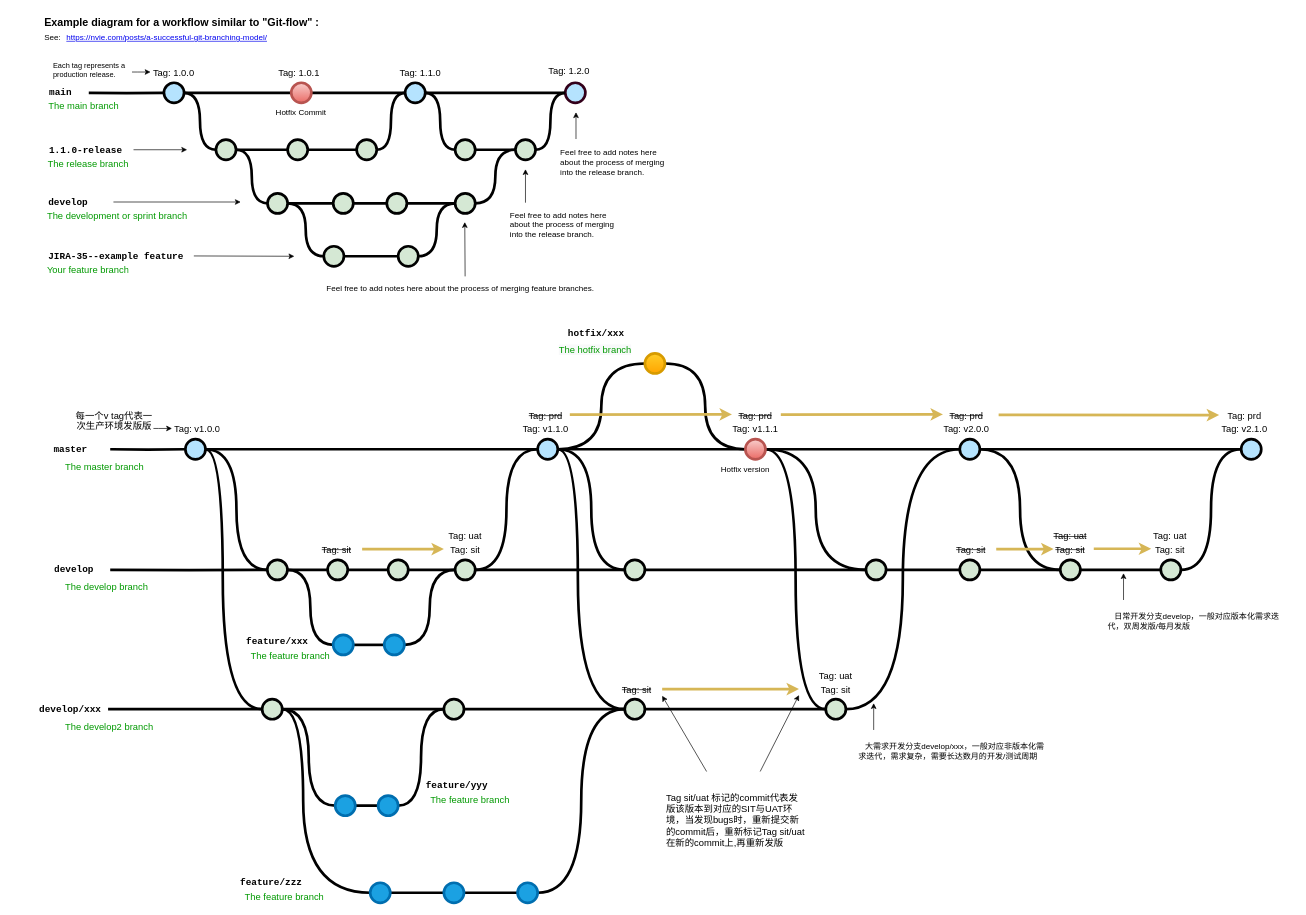
bbcpan/SpringCloud keeps this draw.io diagram as Untitled Diagram.drawio. Above is the earlier version. Source tidied: cells renumbered, new cells numbered last; positions are measured from the earlier drawing's top-left corner, leaving out a move shared by most shapes. Both pictures are drawn from the tidied source at 67%, with x=0, y=0 at pixel (11, 11).
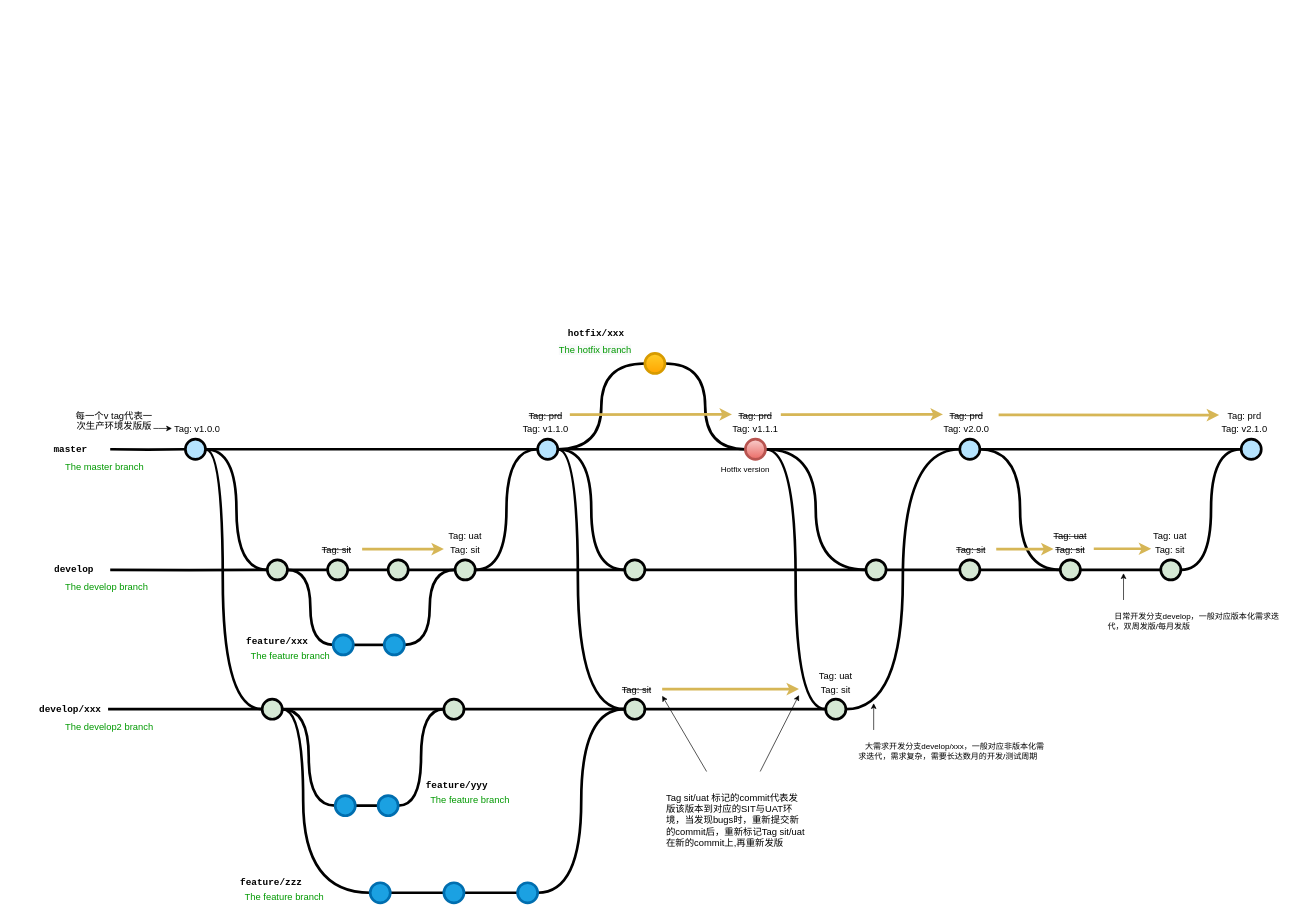
After the change.

Diff of the diagram source:
```diff
@@
-    <mxCell id="2" value="Hotfix Commit" style="text;html=1;strokeColor=none;fillColor=none;align=center;verticalAlign=middle;whiteSpace=wrap;overflow=hidden;" parent="1" vertex="1">
-      <mxGeometry x="392.2" y="136" width="80" height="30" as="geometry" />
-    </mxCell>
-    <mxCell id="3" style="edgeStyle=orthogonalEdgeStyle;rounded=0;html=1;jettySize=auto;plain-blue;endArrow=none;endFill=0;strokeWidth=4;strokeColor=#000000;entryX=0;entryY=0.5;entryDx=0;entryDy=0;entryPerimeter=0;" parent="1" edge="1" source="5" target="61">
-      <mxGeometry x="292.2" y="211" as="geometry" />
-    </mxCell>
-    <mxCell id="4" style="edgeStyle=orthogonalEdgeStyle;curved=1;rounded=0;html=1;exitX=1;exitY=0.5;exitPerimeter=0;entryX=0;entryY=0.5;entryPerimeter=0;endArrow=none;endFill=0;jettySize=auto;strokeWidth=4;fontSize=15;" parent="1" edge="1" source="5" target="13">
-      <mxGeometry relative="1" as="geometry" />
-    </mxCell>
-    <mxCell id="5" style="verticalLabelPosition=bottom;verticalAlign=top;html=1;strokeWidth=4;shape=mxgraph.flowchart.on-page_reference;plain-blue;gradientColor=none;fillColor=#B5E3Fe;strokeColor=#000000;" parent="1" vertex="1">
-      <mxGeometry x="227.2" y="106" width="30" height="30" as="geometry" />
-    </mxCell>
-    <mxCell id="6" style="edgeStyle=orthogonalEdgeStyle;curved=1;rounded=0;jettySize=auto;html=1;endArrow=none;endFill=0;strokeWidth=4;entryX=0;entryY=0.5;entryDx=0;entryDy=0;entryPerimeter=0;" parent="1" edge="1" source="8" target="9">
-      <mxGeometry relative="1" as="geometry" />
-    </mxCell>
-    <mxCell id="7" style="edgeStyle=orthogonalEdgeStyle;curved=1;rounded=0;jettySize=auto;html=1;exitX=1;exitY=0.5;exitDx=0;exitDy=0;exitPerimeter=0;entryX=0;entryY=0.5;entryDx=0;entryDy=0;entryPerimeter=0;endArrow=none;endFill=0;strokeWidth=4;fontFamily=Courier New;fontColor=#009900;" parent="1" edge="1" source="8" target="45">
-      <mxGeometry relative="1" as="geometry" />
-    </mxCell>
-    <mxCell id="8" style="verticalLabelPosition=bottom;verticalAlign=top;html=1;strokeWidth=4;shape=mxgraph.flowchart.on-page_reference;plain-blue;gradientColor=none;strokeColor=#000000;fillColor=#B5E3FE;" parent="1" vertex="1">
-      <mxGeometry x="587.2" y="106" width="30" height="30" as="geometry" />
-    </mxCell>
-    <mxCell id="9" style="verticalLabelPosition=bottom;verticalAlign=top;html=1;strokeWidth=4;shape=mxgraph.flowchart.on-page_reference;plain-blue;gradientColor=none;strokeColor=#33001A;fillColor=#B5E3FE;" parent="1" vertex="1">
-      <mxGeometry x="826.2" y="106" width="30" height="30" as="geometry" />
-    </mxCell>
-    <mxCell id="10" style="edgeStyle=orthogonalEdgeStyle;rounded=0;html=1;jettySize=auto;strokeWidth=4;endArrow=none;endFill=0;" parent="1" edge="1" target="5">
-      <mxGeometry x="192.2" y="211" as="geometry">
-        <mxPoint x="115" y="121" as="sourcePoint" />
-      </mxGeometry>
-    </mxCell>
-    <mxCell id="11" value="main" style="text;html=1;strokeColor=none;fillColor=none;align=center;verticalAlign=middle;whiteSpace=wrap;overflow=hidden;fontSize=14;fontStyle=1;fontFamily=Courier New;" parent="1" vertex="1">
-      <mxGeometry x="48" y="100" width="50" height="42" as="geometry" />
-    </mxCell>
-    <mxCell id="12" style="edgeStyle=orthogonalEdgeStyle;curved=1;rounded=0;html=1;exitX=1;exitY=0.5;exitPerimeter=0;endArrow=none;endFill=0;jettySize=auto;strokeWidth=4;fontSize=15;" parent="1" edge="1" source="13" target="15">
-      <mxGeometry relative="1" as="geometry" />
-    </mxCell>
-    <mxCell id="13" style="verticalLabelPosition=bottom;verticalAlign=top;html=1;strokeWidth=4;shape=mxgraph.flowchart.on-page_reference;plain-purple;gradientColor=none;strokeColor=#000000;fillColor=#D5E8D4;" parent="1" vertex="1">
-      <mxGeometry x="304.8" y="191" width="30" height="30" as="geometry" />
-    </mxCell>
-    <mxCell id="14" style="edgeStyle=orthogonalEdgeStyle;curved=1;rounded=0;html=1;exitX=1;exitY=0.5;exitPerimeter=0;entryX=0;entryY=0.5;entryPerimeter=0;endArrow=none;endFill=0;jettySize=auto;strokeWidth=4;fontSize=15;" parent="1" edge="1" source="15" target="17">
-      <mxGeometry relative="1" as="geometry" />
-    </mxCell>
-    <mxCell id="15" style="verticalLabelPosition=bottom;verticalAlign=top;html=1;strokeWidth=4;shape=mxgraph.flowchart.on-page_reference;plain-purple;gradientColor=none;strokeColor=#000000;fillColor=#D5E8D4;" parent="1" vertex="1">
-      <mxGeometry x="411.8" y="191" width="30" height="30" as="geometry" />
-    </mxCell>
-    <mxCell id="16" style="edgeStyle=orthogonalEdgeStyle;curved=1;rounded=0;html=1;exitX=1;exitY=0.5;exitPerimeter=0;entryX=0;entryY=0.5;entryPerimeter=0;endArrow=none;endFill=0;jettySize=auto;strokeWidth=4;fontSize=15;" parent="1" edge="1" source="17" target="8">
-      <mxGeometry relative="1" as="geometry" />
-    </mxCell>
-    <mxCell id="17" style="verticalLabelPosition=bottom;verticalAlign=top;html=1;strokeWidth=4;shape=mxgraph.flowchart.on-page_reference;plain-purple;gradientColor=none;strokeColor=#000000;fillColor=#D5E8D4;" parent="1" vertex="1">
-      <mxGeometry x="514.8" y="191" width="30" height="30" as="geometry" />
-    </mxCell>
-    <mxCell id="18" value="1.1.0-release" style="text;html=1;strokeColor=none;fillColor=none;align=left;verticalAlign=middle;whiteSpace=wrap;overflow=hidden;fontSize=14;fontStyle=1;fontFamily=Courier New;" parent="1" vertex="1">
-      <mxGeometry x="53.8" y="196" width="240" height="20" as="geometry" />
-    </mxCell>
-    <mxCell id="19" style="edgeStyle=orthogonalEdgeStyle;rounded=0;jettySize=auto;html=1;endArrow=none;endFill=0;strokeWidth=4;" parent="1" edge="1" source="22" target="24">
-      <mxGeometry relative="1" as="geometry" />
-    </mxCell>
-    <mxCell id="20" style="edgeStyle=orthogonalEdgeStyle;rounded=0;jettySize=auto;html=1;entryX=1;entryY=0.5;entryDx=0;entryDy=0;entryPerimeter=0;endArrow=none;endFill=0;strokeWidth=4;curved=1;" parent="1" edge="1" source="22" target="13">
-      <mxGeometry relative="1" as="geometry" />
-    </mxCell>
-    <mxCell id="21" style="edgeStyle=orthogonalEdgeStyle;curved=1;rounded=0;jettySize=auto;html=1;exitX=1;exitY=0.5;exitDx=0;exitDy=0;exitPerimeter=0;entryX=0;entryY=0.5;entryDx=0;entryDy=0;entryPerimeter=0;endArrow=none;endFill=0;strokeWidth=4;fontFamily=Courier New;fontColor=#009900;" parent="1" edge="1" source="22" target="31">
-      <mxGeometry relative="1" as="geometry" />
-    </mxCell>
-    <mxCell id="22" style="verticalLabelPosition=bottom;verticalAlign=top;html=1;strokeWidth=4;shape=mxgraph.flowchart.on-page_reference;plain-purple;gradientColor=none;strokeColor=#000000;fillColor=#D5E8D4;" parent="1" vertex="1">
-      <mxGeometry x="381.8" y="271" width="30" height="30" as="geometry" />
-    </mxCell>
-    <mxCell id="23" style="edgeStyle=orthogonalEdgeStyle;curved=1;rounded=0;jettySize=auto;html=1;endArrow=none;endFill=0;strokeWidth=4;" parent="1" edge="1" source="24" target="26">
-      <mxGeometry relative="1" as="geometry" />
-    </mxCell>
-    <mxCell id="24" style="verticalLabelPosition=bottom;verticalAlign=top;html=1;strokeWidth=4;shape=mxgraph.flowchart.on-page_reference;plain-purple;gradientColor=none;strokeColor=#000000;fillColor=#D5E8D4;" parent="1" vertex="1">
-      <mxGeometry x="479.8" y="271" width="30" height="30" as="geometry" />
-    </mxCell>
-    <mxCell id="25" style="edgeStyle=orthogonalEdgeStyle;curved=1;rounded=0;jettySize=auto;html=1;endArrow=none;endFill=0;strokeWidth=4;fontFamily=Courier New;fontColor=#009900;" parent="1" edge="1" source="26" target="28">
-      <mxGeometry relative="1" as="geometry" />
-    </mxCell>
-    <mxCell id="26" style="verticalLabelPosition=bottom;verticalAlign=top;html=1;strokeWidth=4;shape=mxgraph.flowchart.on-page_reference;plain-purple;gradientColor=none;strokeColor=#000000;fillColor=#D5E8D4;" parent="1" vertex="1">
-      <mxGeometry x="559.8" y="271" width="30" height="30" as="geometry" />
-    </mxCell>
-    <mxCell id="27" style="edgeStyle=orthogonalEdgeStyle;curved=1;rounded=0;jettySize=auto;html=1;entryX=0;entryY=0.5;entryDx=0;entryDy=0;entryPerimeter=0;endArrow=none;endFill=0;strokeWidth=4;fontFamily=Courier New;fontColor=#009900;" parent="1" edge="1" source="28" target="47">
-      <mxGeometry relative="1" as="geometry" />
-    </mxCell>
-    <mxCell id="28" style="verticalLabelPosition=bottom;verticalAlign=top;html=1;strokeWidth=4;shape=mxgraph.flowchart.on-page_reference;plain-purple;gradientColor=none;strokeColor=#000000;fillColor=#D5E8D4;" parent="1" vertex="1">
-      <mxGeometry x="661.8" y="271" width="30" height="30" as="geometry" />
-    </mxCell>
-    <mxCell id="29" value="develop" style="text;html=1;strokeColor=none;fillColor=none;align=left;verticalAlign=middle;whiteSpace=wrap;overflow=hidden;fontSize=14;fontStyle=1;fontFamily=Courier New;" parent="1" vertex="1">
-      <mxGeometry x="52.8" y="274" width="91" height="20" as="geometry" />
-    </mxCell>
-    <mxCell id="30" style="edgeStyle=orthogonalEdgeStyle;rounded=0;jettySize=auto;html=1;endArrow=none;endFill=0;strokeWidth=4;" parent="1" edge="1" source="31" target="33">
-      <mxGeometry relative="1" as="geometry" />
-    </mxCell>
-    <mxCell id="31" style="verticalLabelPosition=bottom;verticalAlign=top;html=1;strokeWidth=4;shape=mxgraph.flowchart.on-page_reference;plain-purple;gradientColor=none;strokeColor=#000000;fillColor=#D5E8D4;" parent="1" vertex="1">
-      <mxGeometry x="465.8" y="350" width="30" height="30" as="geometry" />
-    </mxCell>
-    <mxCell id="32" style="edgeStyle=orthogonalEdgeStyle;curved=1;rounded=0;jettySize=auto;html=1;exitX=1;exitY=0.5;exitDx=0;exitDy=0;exitPerimeter=0;entryX=0;entryY=0.5;entryDx=0;entryDy=0;entryPerimeter=0;endArrow=none;endFill=0;strokeWidth=4;fontFamily=Courier New;fontColor=#009900;" parent="1" edge="1" source="33" target="28">
-      <mxGeometry relative="1" as="geometry" />
-    </mxCell>
-    <mxCell id="33" style="verticalLabelPosition=bottom;verticalAlign=top;html=1;strokeWidth=4;shape=mxgraph.flowchart.on-page_reference;plain-purple;gradientColor=none;strokeColor=#000000;fillColor=#D5E8D4;" parent="1" vertex="1">
-      <mxGeometry x="576.8" y="350" width="30" height="30" as="geometry" />
-    </mxCell>
-    <mxCell id="34" value="JIRA-35--example feature" style="text;html=1;strokeColor=none;fillColor=none;align=left;verticalAlign=middle;whiteSpace=wrap;overflow=hidden;fontSize=14;fontStyle=1;fontFamily=Courier New;" parent="1" vertex="1">
-      <mxGeometry x="52.5" y="355" width="240" height="20" as="geometry" />
-    </mxCell>
-    <mxCell id="35" value="The development or sprint branch" style="text;html=1;strokeColor=none;fillColor=none;align=left;verticalAlign=middle;whiteSpace=wrap;overflow=hidden;fontSize=14;fontStyle=0;fontColor=#009900;" parent="1" vertex="1">
-      <mxGeometry x="50.8" y="294" width="240" height="20" as="geometry" />
-    </mxCell>
-    <mxCell id="36" value="Your feature branch" style="text;html=1;strokeColor=none;fillColor=none;align=left;verticalAlign=middle;whiteSpace=wrap;overflow=hidden;fontSize=14;fontStyle=0;fontColor=#009900;" parent="1" vertex="1">
-      <mxGeometry x="50.8" y="375" width="240" height="20" as="geometry" />
-    </mxCell>
-    <mxCell id="37" value="The release branch" style="text;html=1;strokeColor=none;fillColor=none;align=left;verticalAlign=middle;whiteSpace=wrap;overflow=hidden;fontSize=14;fontStyle=0;fontColor=#009900;" parent="1" vertex="1">
-      <mxGeometry x="51.8" y="216" width="240" height="20" as="geometry" />
-    </mxCell>
-    <mxCell id="38" value="The main branch&lt;br&gt;" style="text;html=1;strokeColor=none;fillColor=none;align=left;verticalAlign=middle;whiteSpace=wrap;overflow=hidden;fontSize=14;fontStyle=0;fontColor=#009900;" parent="1" vertex="1">
-      <mxGeometry x="53.2" y="130" width="146.8" height="20" as="geometry" />
-    </mxCell>
-    <mxCell id="39" style="endArrow=classic;html=1;strokeWidth=1;fontFamily=Courier New;fontColor=#009900;" parent="1" edge="1">
-      <mxGeometry relative="1" as="geometry">
-        <mxPoint x="271.8" y="364.5" as="sourcePoint" />
-        <mxPoint x="421.8" y="365" as="targetPoint" />
-      </mxGeometry>
-    </mxCell>
-    <mxCell id="40" style="endArrow=classic;html=1;strokeWidth=1;fontFamily=Courier New;fontColor=#009900;" parent="1" edge="1">
-      <mxGeometry relative="1" as="geometry">
-        <mxPoint x="151.8" y="284" as="sourcePoint" />
-        <mxPoint x="341.8" y="284" as="targetPoint" />
-      </mxGeometry>
-    </mxCell>
-    <mxCell id="41" style="endArrow=classic;html=1;strokeWidth=1;fontFamily=Courier New;fontColor=#009900;" parent="1" edge="1">
-      <mxGeometry relative="1" as="geometry">
-        <mxPoint x="181.8" y="206" as="sourcePoint" />
-        <mxPoint x="261.8" y="206" as="targetPoint" />
-      </mxGeometry>
-    </mxCell>
-    <mxCell id="42" value="Tag: 1.1.0" style="text;html=1;strokeColor=none;fillColor=none;align=center;verticalAlign=middle;whiteSpace=wrap;overflow=hidden;fontSize=14;" parent="1" vertex="1">
-      <mxGeometry x="555.2" y="80" width="110" height="20" as="geometry" />
-    </mxCell>
-    <mxCell id="43" value="Tag: 1.0.0" style="text;html=1;strokeColor=none;fillColor=none;align=center;verticalAlign=middle;whiteSpace=wrap;overflow=hidden;fontSize=14;" parent="1" vertex="1">
-      <mxGeometry x="207.2" y="80" width="70" height="20" as="geometry" />
-    </mxCell>
-    <mxCell id="44" style="edgeStyle=orthogonalEdgeStyle;curved=1;rounded=0;jettySize=auto;html=1;endArrow=none;endFill=0;strokeWidth=4;fontFamily=Courier New;fontColor=#009900;" parent="1" edge="1" source="45" target="47">
-      <mxGeometry relative="1" as="geometry" />
-    </mxCell>
-    <mxCell id="45" style="verticalLabelPosition=bottom;verticalAlign=top;html=1;strokeWidth=4;shape=mxgraph.flowchart.on-page_reference;plain-purple;gradientColor=none;strokeColor=#000000;fillColor=#D5E8D4;" parent="1" vertex="1">
-      <mxGeometry x="661.8" y="191" width="30" height="30" as="geometry" />
-    </mxCell>
-    <mxCell id="46" style="edgeStyle=orthogonalEdgeStyle;curved=1;rounded=0;jettySize=auto;html=1;entryX=0;entryY=0.5;entryDx=0;entryDy=0;entryPerimeter=0;endArrow=none;endFill=0;strokeWidth=4;fontFamily=Courier New;fontColor=#009900;" parent="1" edge="1" source="47" target="9">
-      <mxGeometry relative="1" as="geometry" />
-    </mxCell>
-    <mxCell id="47" style="verticalLabelPosition=bottom;verticalAlign=top;html=1;strokeWidth=4;shape=mxgraph.flowchart.on-page_reference;plain-purple;gradientColor=none;strokeColor=#000000;fillColor=#D5E8D4;" parent="1" vertex="1">
-      <mxGeometry x="751.8" y="191" width="30" height="30" as="geometry" />
-    </mxCell>
-    <mxCell id="48" value="Tag: 1.2.0" style="text;html=1;strokeColor=none;fillColor=none;align=center;verticalAlign=middle;whiteSpace=wrap;overflow=hidden;fontSize=14;" parent="1" vertex="1">
-      <mxGeometry x="777.2" y="78" width="110" height="20" as="geometry" />
-    </mxCell>
-    <mxCell id="49" style="endArrow=classic;html=1;strokeWidth=1;fontFamily=Courier New;fontColor=#009900;exitX=0.5;exitY=0;exitDx=0;exitDy=0;" parent="1" edge="1" source="52">
-      <mxGeometry relative="1" as="geometry">
-        <mxPoint x="676.2" y="314" as="targetPoint" />
-      </mxGeometry>
-    </mxCell>
-    <mxCell id="50" style="endArrow=classic;html=1;strokeWidth=1;fontFamily=Courier New;fontColor=#009900;" parent="1" edge="1">
-      <mxGeometry relative="1" as="geometry">
-        <mxPoint x="766.8" y="285" as="sourcePoint" />
-        <mxPoint x="766.8" y="235" as="targetPoint" />
-      </mxGeometry>
-    </mxCell>
-    <mxCell id="51" value="&lt;span style=&quot;text-align: center&quot;&gt;Feel free to add notes here about the process of merging into the release branch.&lt;br&gt;&lt;/span&gt;" style="text;html=1;strokeColor=none;fillColor=none;align=left;verticalAlign=middle;whiteSpace=wrap;overflow=hidden;fontSize=12;fontStyle=0;fontColor=#000000;" parent="1" vertex="1">
-      <mxGeometry x="741.8" y="285" width="163.2" height="66" as="geometry" />
-    </mxCell>
-    <mxCell id="52" value="&lt;div style=&quot;&quot;&gt;&lt;span&gt;Feel free to add notes here about the process of merging feature branches.&lt;/span&gt;&lt;/div&gt;" style="text;html=1;strokeColor=none;fillColor=none;align=left;verticalAlign=middle;whiteSpace=wrap;overflow=hidden;fontSize=12;fontStyle=0;fontColor=#000000;" parent="1" vertex="1">
-      <mxGeometry x="467.6" y="395" width="418.2" height="36" as="geometry" />
-    </mxCell>
-    <mxCell id="53" style="edgeStyle=orthogonalEdgeStyle;rounded=0;jettySize=auto;html=1;fontSize=12;fontColor=#000000;entryX=0;entryY=0.5;entryDx=0;entryDy=0;" parent="1" edge="1" source="54" target="43">
-      <mxGeometry relative="1" as="geometry">
-        <Array as="points">
-          <mxPoint x="187.2" y="90" />
-          <mxPoint x="187.2" y="90" />
-        </Array>
-      </mxGeometry>
-    </mxCell>
-    <mxCell id="54" value="&lt;span style=&quot;text-align: center; font-size: 11px;&quot;&gt;Each tag represents a production release.&lt;/span&gt;" style="text;html=1;strokeColor=none;fillColor=none;align=left;verticalAlign=middle;whiteSpace=wrap;overflow=hidden;fontSize=11;fontStyle=0;fontColor=#000000;" parent="1" vertex="1">
-      <mxGeometry x="59.5" y="68" width="120" height="38" as="geometry" />
-    </mxCell>
-    <mxCell id="55" value="Example diagram for a workflow similar to &quot;Git-flow&quot; :" style="text;whiteSpace=wrap;html=1;fontStyle=1;fontSize=16;" parent="1" vertex="1">
-      <mxGeometry x="47.2" width="427.8" height="20" as="geometry" />
-    </mxCell>
-    <mxCell id="56" value="&lt;a href=&quot;https://nvie.com/posts/a-successful-git-branching-model/&quot;&gt;https://nvie.com/posts/a-successful-git-branching-model/&lt;/a&gt;" style="text;whiteSpace=wrap;html=1;" parent="1" vertex="1">
-      <mxGeometry x="80" y="25" width="355" height="20" as="geometry" />
-    </mxCell>
-    <mxCell id="57" value="See:" style="text;whiteSpace=wrap;html=1;" parent="1" vertex="1">
-      <mxGeometry x="47.2" y="25" width="32.8" height="20" as="geometry" />
-    </mxCell>
-    <mxCell id="58" style="endArrow=classic;html=1;strokeWidth=1;fontFamily=Courier New;fontColor=#009900;" parent="1" edge="1">
-      <mxGeometry relative="1" as="geometry">
-        <mxPoint x="842.2" y="190" as="sourcePoint" />
-        <mxPoint x="842.2" y="150" as="targetPoint" />
-      </mxGeometry>
-    </mxCell>
-    <mxCell id="59" value="&lt;span style=&quot;text-align: center&quot;&gt;Feel free to add notes here about the process of merging into the release branch.&lt;br&gt;&lt;br&gt;&lt;/span&gt;" style="text;html=1;strokeColor=none;fillColor=none;align=left;verticalAlign=middle;whiteSpace=wrap;overflow=hidden;fontSize=12;fontStyle=0;fontColor=#000000;" parent="1" vertex="1">
-      <mxGeometry x="817.2" y="191" width="167.8" height="81" as="geometry" />
-    </mxCell>
-    <mxCell id="60" style="edgeStyle=orthogonalEdgeStyle;rounded=0;jettySize=auto;html=1;fontSize=15;endArrow=none;endFill=0;strokeWidth=4;entryX=0;entryY=0.5;entryDx=0;entryDy=0;entryPerimeter=0;" parent="1" edge="1" source="61" target="8">
-      <mxGeometry relative="1" as="geometry" />
-    </mxCell>
-    <mxCell id="61" style="verticalLabelPosition=bottom;verticalAlign=top;html=1;strokeWidth=4;shape=mxgraph.flowchart.on-page_reference;plain-blue;gradientColor=#EA6B66;strokeColor=#B85450;fillColor=#F8CECC;" parent="1" vertex="1">
-      <mxGeometry x="417.2" y="106" width="30" height="30" as="geometry" />
-    </mxCell>
-    <mxCell id="62" value="Tag: 1.0.1" style="text;html=1;strokeColor=none;fillColor=none;align=center;verticalAlign=middle;whiteSpace=wrap;overflow=hidden;fontSize=14;" parent="1" vertex="1">
-      <mxGeometry x="393.5" y="80" width="70" height="20" as="geometry" />
-    </mxCell>
```
